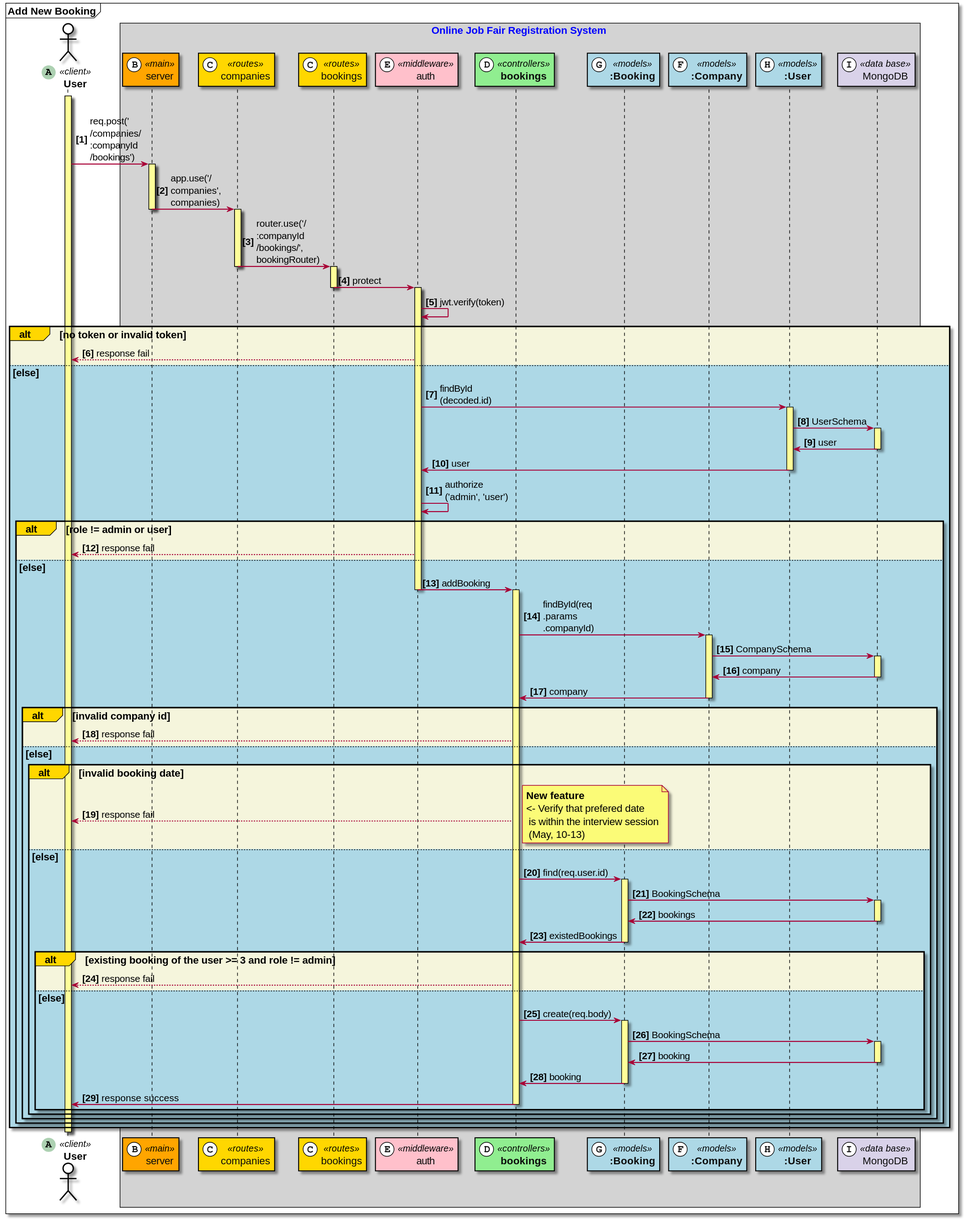
wisarootl/online-job-fair-registration keeps this PlantUML diagram as doc_asset/diagrams/squence_diagrams/booking/add_new_booking.svg. Above is the earlier version. The source it was exported from:
```plantuml
@startuml

skinparam sequenceArrowThickness 1.5
skinparam fontsize 50
autonumber 1 "<b>[###]"
skinparam defaultFontSize 16
skinparam component {
ArrowFontSize 15
}
Mainframe <b>Add New Booking</b>

actor "<b>User" as user <<(A,#ADD1B2)client>>#White
Box Online Job Fair Registration System #lightgrey
participant "server" as server <<(B,#FFFFFF)main>>#Orange
participant "companies" as rcompanies <<(C,#FFFFFF)routes>>#Gold
participant "bookings" as rbookings <<(C,#FFFFFF)routes>>#Gold
participant "auth" as middleware_auth <<(E,#FFFFFF)middleware>>#Pink
participant "<b>bookings" as controllers_bookings <<(D,#FFFFFF)controllers>>#LightGreen
participant "<b>:Booking" as models_Booking <<(G,#FFFFFF)models>>#LightBlue
participant "<b>:Company" as models_Company <<(F,#FFFFFF)models>>#LightBlue
participant "<b>:User" as models_User <<(H,#FFFFFF)models>>#LightBlue
participant "MongoDB" as mongo <<(I,#FFFFFF)data base>>#d9d2e9
end box

|||
Activate user
user->server: req.post('\n/companies/\n:companyId\n/bookings')
Activate server
server->rcompanies: app.use('/\ncompanies', \ncompanies)
DeActivate server
Activate rcompanies
rcompanies->rbookings: router.use('/\n:companyId\n/bookings/', \nbookingRouter)
DeActivate rcompanies
Activate rbookings
rbookings->middleware_auth: protect
DeActivate rbookings
Activate middleware_auth
middleware_auth->middleware_auth: jwt.verify(token)
Alt#Gold #Beige no token or invalid token
middleware_auth-->user: response fail
Else #LightBlue else
middleware_auth->models_User: findById\n(decoded.id)
Activate models_User
models_User->mongo: UserSchema
Activate mongo
mongo->models_User: user
DeActivate mongo
models_User->middleware_auth: user
DeActivate models_User
middleware_auth->middleware_auth: authorize\n('admin', 'user')
Alt#Gold #Beige role != admin or user
middleware_auth-->user: response fail
Else #LightBlue else
middleware_auth->controllers_bookings: addBooking
DeActivate middleware_auth
Activate controllers_bookings
controllers_bookings->models_Company: findById(req\n.params\n.companyId)
Activate models_Company
models_Company->mongo: CompanySchema
Activate mongo
mongo->models_Company: company
DeActivate mongo
models_Company->controllers_bookings: company
DeActivate models_Company
Alt#Gold #Beige invalid company id
controllers_bookings-->user: response fail
Else #LightBlue else
Alt#Gold #Beige invalid booking date
controllers_bookings-->user: response fail
note right: <b>New feature\n<- Verify that prefered date\n is within the interview session\n (May, 10-13)
Else #LightBlue else
controllers_bookings->models_Booking: find(req.user.id)
Activate models_Booking
models_Booking->mongo: BookingSchema
Activate mongo
mongo->models_Booking: bookings
DeActivate mongo
models_Booking->controllers_bookings: existedBookings
DeActivate models_Booking
Alt#Gold #Beige existing booking of the user >= 3 and role != admin
controllers_bookings-->user: response fail
Else #LightBlue else
controllers_bookings->models_Booking: create(req.body)
Activate models_Booking
models_Booking->mongo: BookingSchema
Activate mongo
mongo->models_Booking: booking
DeActivate mongo
models_Booking->controllers_bookings: booking
DeActivate models_Booking
controllers_bookings->user: response success
DeActivate controllers_bookings
End Alt
End Alt
End Alt
End Alt
End Alt
DeActivate user


skinparam sequence {
BoxBorderColor Black
BoxFontColor Blue
BoxFontSize 16
LifeLineBorderColor Black
LifeLineBackgroundColor #FFFF99
ParticipantBorderColor Black
StereoTypeFontSize 14
ParticipantFontSize 16
ParticipantFontColor #0c0c0c
ActorBorderColor Black
ActorBackgroundColor White
ActorFontSize 16
ActorFontColor Black
}

@enduml
```
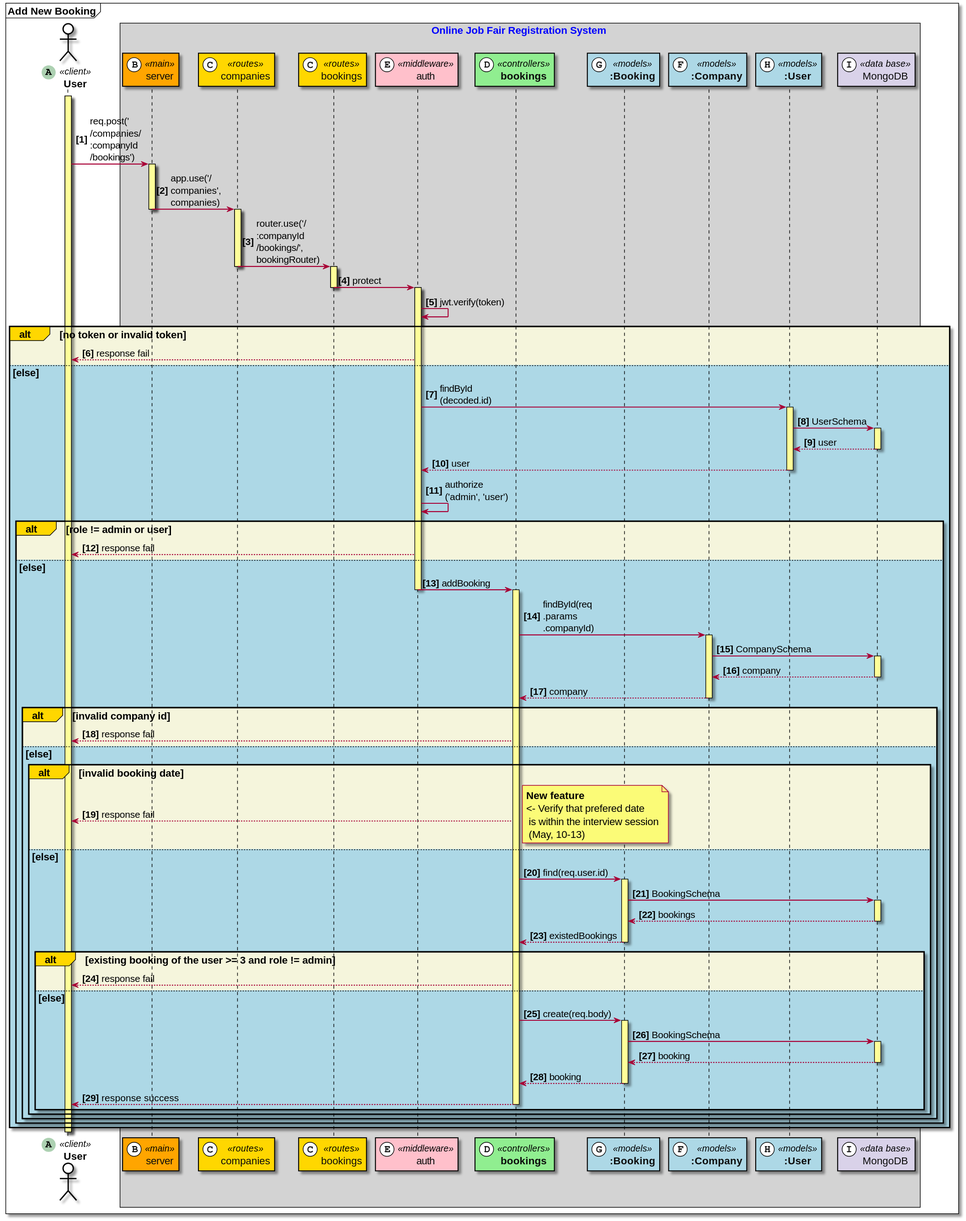
The same diagram one commit later.

What changed in the source:
```diff
@@ -43,9 +43,9 @@
 Activate models_User
 models_User->mongo: UserSchema
 Activate mongo
-mongo->models_User: user
+mongo-->models_User: user
 DeActivate mongo
-models_User->middleware_auth: user
+models_User-->middleware_auth: user
 DeActivate models_User
 middleware_auth->middleware_auth: authorize\n('admin', 'user')
 Alt#Gold #Beige role != admin or user
@@ -58,9 +58,9 @@
 Activate models_Company
 models_Company->mongo: CompanySchema
 Activate mongo
-mongo->models_Company: company
+mongo-->models_Company: company
 DeActivate mongo
-models_Company->controllers_bookings: company
+models_Company-->controllers_bookings: company
 DeActivate models_Company
 Alt#Gold #Beige invalid company id
 controllers_bookings-->user: response fail
@@ -73,9 +73,9 @@
 Activate models_Booking
 models_Booking->mongo: BookingSchema
 Activate mongo
-mongo->models_Booking: bookings
+mongo-->models_Booking: bookings
 DeActivate mongo
-models_Booking->controllers_bookings: existedBookings
+models_Booking-->controllers_bookings: existedBookings
 DeActivate models_Booking
 Alt#Gold #Beige existing booking of the user >= 3 and role != admin
 controllers_bookings-->user: response fail
@@ -84,11 +84,11 @@
 Activate models_Booking
 models_Booking->mongo: BookingSchema
 Activate mongo
-mongo->models_Booking: booking
+mongo-->models_Booking: booking
 DeActivate mongo
-models_Booking->controllers_bookings: booking
+models_Booking-->controllers_bookings: booking
 DeActivate models_Booking
-controllers_bookings->user: response success
+controllers_bookings-->user: response success
 DeActivate controllers_bookings
 End Alt
 End Alt
```
